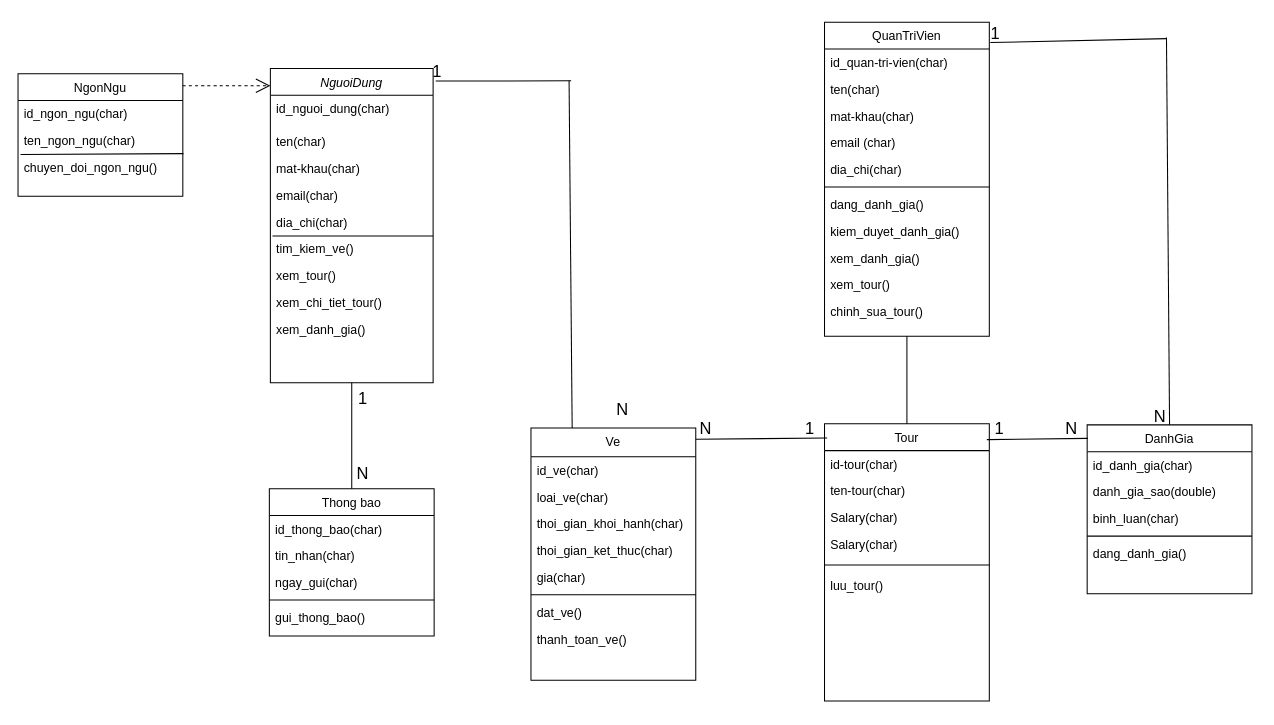
codecuatai/DuAnLuyenTap keeps this draw.io diagram as Biểu đồ không có tiêu đề.drawio. Above is the earlier version. Source tidied: cells renumbered, new cells numbered last; positions are measured from the earlier drawing's top-left corner, leaving out a move shared by most shapes. Both pictures are drawn from the tidied source at 103%, with x=0, y=0 at pixel (18, 18).
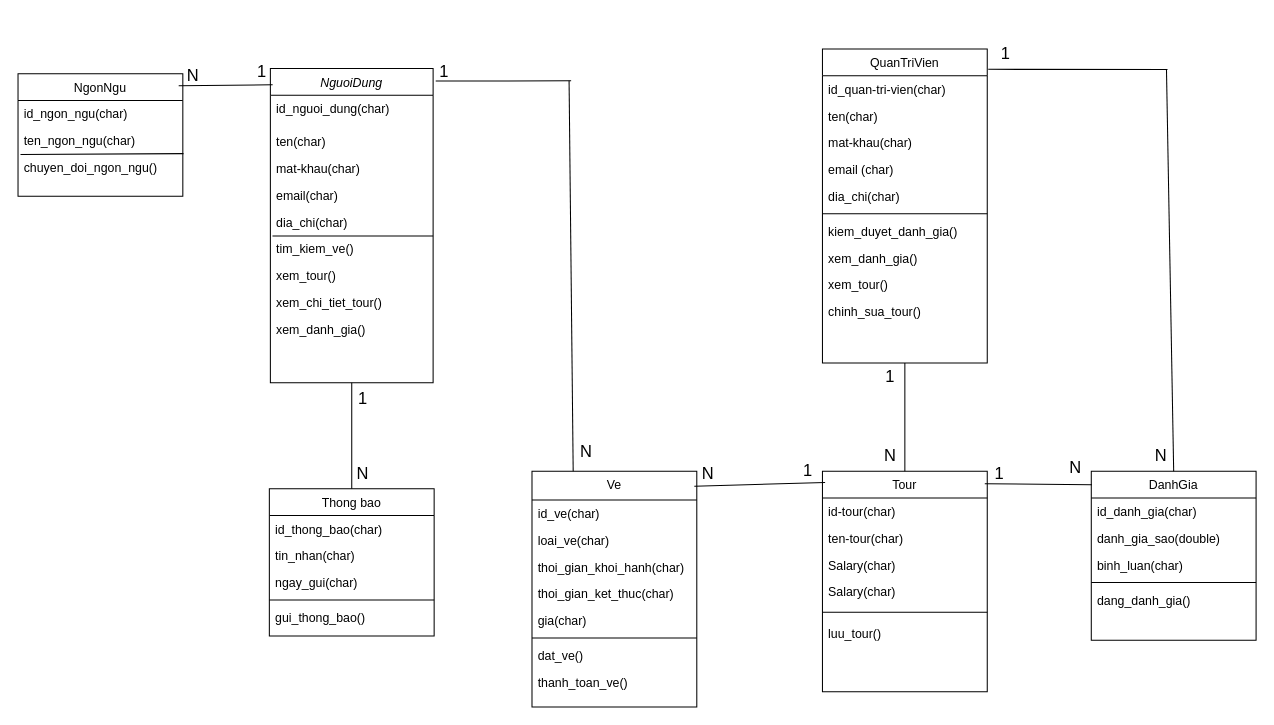
The same diagram, later.

Commit message:
Cập nhật Biểu đồ không có tiêu đề.drawio

The change refers to these unchanged cells:
```xml
<mxCell id="2" value="NguoiDung" style="swimlane;fontStyle=2;align=center;verticalAlign=top;horizontal=1;startSize=26;rounded=0;shadow=0;strokeWidth=1;" parent="1" vertex="1">
  <mxGeometry x="245" y="49" width="158" height="305" as="geometry" />
</mxCell>
<mxCell id="19" value="NgonNgu" style="swimlane;fontStyle=0;align=center;verticalAlign=top;horizontal=1;startSize=26;rounded=0;shadow=0;strokeWidth=1;" parent="1" vertex="1">
  <mxGeometry y="54" width="160" height="119" as="geometry" />
</mxCell>
```

Change to the diagram source:
```diff
@@
     <mxCell id="13" value="DanhGia" style="swimlane;fontStyle=0;align=center;verticalAlign=top;horizontal=1;startSize=26;rounded=0;shadow=0;strokeWidth=1;" parent="1" vertex="1">
-      <mxGeometry x="1038" y="395" width="160" height="164" as="geometry" />
+      <mxGeometry x="1042" y="440" width="160" height="164" as="geometry" />
     </mxCell>
@@
     <mxCell id="24" value="QuanTriVien" style="swimlane;fontStyle=0;align=center;verticalAlign=top;horizontal=1;startSize=26;rounded=0;shadow=0;strokeWidth=1;" parent="1" vertex="1">
-      <mxGeometry x="783" y="4" width="160" height="305" as="geometry" />
+      <mxGeometry x="781" y="30" width="160" height="305" as="geometry" />
     </mxCell>
@@
-    <mxCell id="31" value="dang_danh_gia()" style="text;align=left;verticalAlign=top;spacingLeft=4;spacingRight=4;overflow=hidden;" parent="24" vertex="1">
-      <mxGeometry y="164" width="160" height="26" as="geometry" />
-    </mxCell>
     <mxCell id="32" value="kiem_duyet_danh_gia()" style="text;align=left;verticalAlign=top;spacingLeft=4;spacingRight=4;overflow=hidden;" parent="24" vertex="1">
-      <mxGeometry y="190" width="160" height="26" as="geometry" />
+      <mxGeometry y="164" width="160" height="26" as="geometry" />
     </mxCell>
     <mxCell id="33" value="xem_danh_gia()" style="text;align=left;verticalAlign=top;spacingLeft=4;spacingRight=4;overflow=hidden;" parent="24" vertex="1">
-      <mxGeometry y="216" width="160" height="26" as="geometry" />
+      <mxGeometry y="190" width="160" height="26" as="geometry" />
     </mxCell>
     <mxCell id="34" value="xem_tour()" style="text;align=left;verticalAlign=top;spacingLeft=4;spacingRight=4;overflow=hidden;" parent="24" vertex="1">
-      <mxGeometry y="242" width="160" height="26" as="geometry" />
+      <mxGeometry y="216" width="160" height="26" as="geometry" />
     </mxCell>
     <mxCell id="35" value="chinh_sua_tour()" style="text;align=left;verticalAlign=top;spacingLeft=4;spacingRight=4;overflow=hidden;" parent="24" vertex="1">
-      <mxGeometry y="268" width="160" height="26" as="geometry" />
+      <mxGeometry y="242" width="160" height="26" as="geometry" />
     </mxCell>
     <mxCell id="36" value="Tour" style="swimlane;fontStyle=0;align=center;verticalAlign=top;horizontal=1;startSize=26;rounded=0;shadow=0;strokeWidth=1;" parent="1" vertex="1">
-      <mxGeometry x="783" y="394" width="160" height="269" as="geometry" />
+      <mxGeometry x="781" y="440" width="160" height="214" as="geometry" />
     </mxCell>
@@
     <mxCell id="43" value="Ve" style="swimlane;fontStyle=0;align=center;verticalAlign=top;horizontal=1;startSize=28;rounded=0;shadow=0;strokeWidth=1;" parent="1" vertex="1">
-      <mxGeometry x="498" y="398" width="160" height="245" as="geometry" />
+      <mxGeometry x="499" y="440" width="160" height="229" as="geometry" />
     </mxCell>
@@
     <mxCell id="58" value="1" style="text;strokeColor=none;fillColor=none;html=1;align=center;verticalAlign=middle;whiteSpace=wrap;rounded=0;fontSize=16;" parent="1" vertex="1">
-      <mxGeometry x="377" y="37" width="60" height="30" as="geometry" />
+      <mxGeometry x="384" y="37" width="60" height="30" as="geometry" />
     </mxCell>
     <mxCell id="59" value="N" style="text;strokeColor=none;fillColor=none;html=1;align=center;verticalAlign=middle;whiteSpace=wrap;rounded=0;fontSize=16;" parent="1" vertex="1">
-      <mxGeometry x="557" y="365" width="60" height="30" as="geometry" />
+      <mxGeometry x="522" y="406" width="60" height="30" as="geometry" />
     </mxCell>
-    <mxCell id="60" style="endArrow=none;html=1;rounded=0;fontSize=12;startSize=8;endSize=8;curved=1;entryX=0.016;entryY=0.051;entryDx=0;entryDy=0;entryPerimeter=0;" parent="1" edge="1" target="36">
-      <mxGeometry relative="1" as="geometry">
-        <mxPoint x="658" y="409" as="sourcePoint" />
-      </mxGeometry>
+    <mxCell id="60" style="endArrow=none;html=1;rounded=0;fontSize=12;startSize=8;endSize=8;curved=1;entryX=0.016;entryY=0.051;entryDx=0;entryDy=0;entryPerimeter=0;exitX=0.985;exitY=0.064;exitDx=0;exitDy=0;exitPerimeter=0;" parent="1" edge="1" source="43" target="36">
+      <mxGeometry relative="1" as="geometry" />
     </mxCell>
     <mxCell id="61" value="1" style="text;strokeColor=none;fillColor=none;html=1;align=center;verticalAlign=middle;whiteSpace=wrap;rounded=0;fontSize=16;" parent="1" vertex="1">
-      <mxGeometry x="739" y="383" width="60" height="30" as="geometry" />
+      <mxGeometry x="737" y="424" width="60" height="30" as="geometry" />
     </mxCell>
@@
-    <mxCell id="63" style="endArrow=open;endSize=12;dashed=1;html=1;rounded=0;fontSize=12;curved=1;exitX=1;exitY=0.099;exitDx=0;exitDy=0;exitPerimeter=0;entryX=0;entryY=0.055;entryDx=0;entryDy=0;entryPerimeter=0;" parent="1" edge="1" source="19" target="2">
-      <mxGeometry relative="1" as="geometry" />
-    </mxCell>
@@
     <mxCell id="66" style="endArrow=none;html=1;rounded=0;fontSize=12;startSize=8;endSize=8;curved=1;entryX=0.5;entryY=0;entryDx=0;entryDy=0;" parent="1" edge="1" target="13">
       <mxGeometry relative="1" as="geometry">
-        <mxPoint x="1115" y="19" as="sourcePoint" />
+        <mxPoint x="1115" y="50" as="sourcePoint" />
       </mxGeometry>
     </mxCell>
     <mxCell id="67" value="N" style="text;strokeColor=none;fillColor=none;html=1;align=center;verticalAlign=middle;whiteSpace=wrap;rounded=0;fontSize=16;" parent="1" vertex="1">
-      <mxGeometry x="638" y="383" width="60" height="30" as="geometry" />
+      <mxGeometry x="640" y="427" width="60" height="30" as="geometry" />
     </mxCell>
     <mxCell id="68" value="N" style="text;strokeColor=none;fillColor=none;html=1;align=center;verticalAlign=middle;whiteSpace=wrap;rounded=0;fontSize=16;" parent="1" vertex="1">
-      <mxGeometry x="993" y="383" width="60" height="30" as="geometry" />
+      <mxGeometry x="997" y="421" width="60" height="30" as="geometry" />
     </mxCell>
     <mxCell id="69" value="1" style="text;strokeColor=none;fillColor=none;html=1;align=center;verticalAlign=middle;whiteSpace=wrap;rounded=0;fontSize=16;" parent="1" vertex="1">
-      <mxGeometry x="923" y="383" width="60" height="30" as="geometry" />
+      <mxGeometry x="923" y="427" width="60" height="30" as="geometry" />
     </mxCell>
     <mxCell id="70" style="endArrow=none;html=1;rounded=0;fontSize=12;startSize=8;endSize=8;curved=1;exitX=1.006;exitY=0.065;exitDx=0;exitDy=0;exitPerimeter=0;" parent="1" edge="1" source="24">
       <mxGeometry relative="1" as="geometry">
-        <mxPoint x="1115" y="20" as="targetPoint" />
+        <mxPoint x="1116" y="50" as="targetPoint" />
       </mxGeometry>
     </mxCell>
     <mxCell id="71" value="N" style="text;strokeColor=none;fillColor=none;html=1;align=center;verticalAlign=middle;whiteSpace=wrap;rounded=0;fontSize=16;" parent="1" vertex="1">
-      <mxGeometry x="1079" y="372" width="60" height="30" as="geometry" />
+      <mxGeometry x="1080" y="410" width="60" height="30" as="geometry" />
     </mxCell>
     <mxCell id="72" value="1" style="text;strokeColor=none;fillColor=none;html=1;align=center;verticalAlign=middle;whiteSpace=wrap;rounded=0;fontSize=16;" parent="1" vertex="1">
-      <mxGeometry x="919" width="60" height="30" as="geometry" />
+      <mxGeometry x="929" y="19" width="60" height="30" as="geometry" />
     </mxCell>
@@
+    <mxCell id="77" style="endArrow=none;html=1;rounded=0;entryX=0.975;entryY=0.099;entryDx=0;entryDy=0;entryPerimeter=0;exitX=0.014;exitY=0.052;exitDx=0;exitDy=0;exitPerimeter=0;" parent="1" edge="1" source="2" target="19">
+      <mxGeometry relative="1" as="geometry" />
+    </mxCell>
+    <mxCell id="78" value="N" style="text;strokeColor=none;fillColor=none;html=1;align=center;verticalAlign=middle;whiteSpace=wrap;rounded=0;fontSize=16;" parent="1" vertex="1">
+      <mxGeometry x="817" y="410" width="60" height="30" as="geometry" />
+    </mxCell>
+    <mxCell id="79" value="N" style="text;strokeColor=none;fillColor=none;html=1;align=center;verticalAlign=middle;whiteSpace=wrap;rounded=0;fontSize=16;" parent="1" vertex="1">
+      <mxGeometry x="140" y="41" width="60" height="30" as="geometry" />
+    </mxCell>
+    <mxCell id="80" value="1" style="text;strokeColor=none;fillColor=none;html=1;align=center;verticalAlign=middle;whiteSpace=wrap;rounded=0;fontSize=16;" parent="1" vertex="1">
+      <mxGeometry x="817" y="333" width="60" height="30" as="geometry" />
+    </mxCell>
+    <mxCell id="81" value="1" style="text;strokeColor=none;fillColor=none;html=1;align=center;verticalAlign=middle;whiteSpace=wrap;rounded=0;fontSize=16;" parent="1" vertex="1">
+      <mxGeometry x="207" y="37" width="60" height="30" as="geometry" />
+    </mxCell>
```
